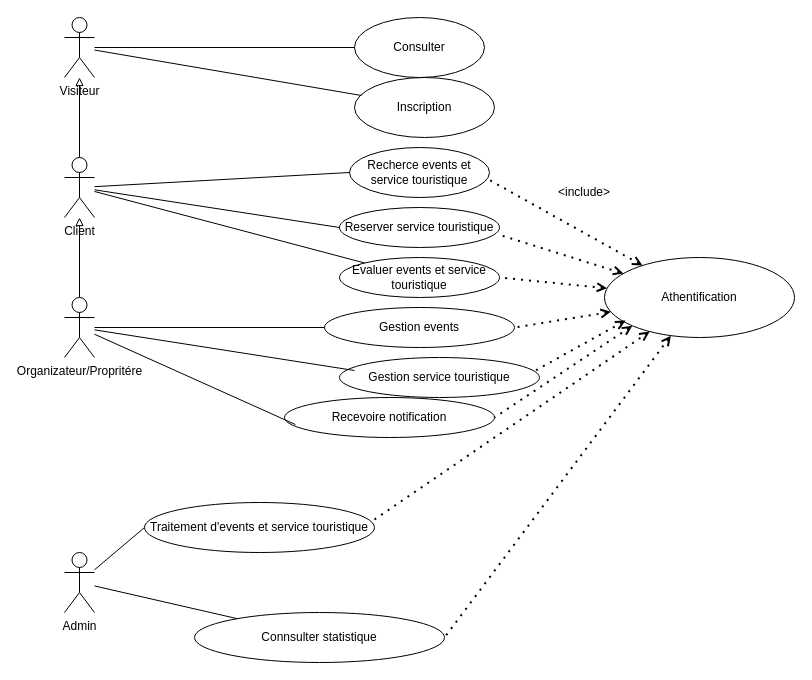
Above: Conception/Diagramme sans nom.drawio in OussemaChercheri/CII2-DMWM-A (draw.io), before the change. Source tidied: cells renumbered, new cells numbered last; positions are measured from the earlier drawing's top-left corner, leaving out a move shared by most shapes. Both pictures are drawn from the tidied source at 100%, with x=0, y=0 at pixel (64, 17).
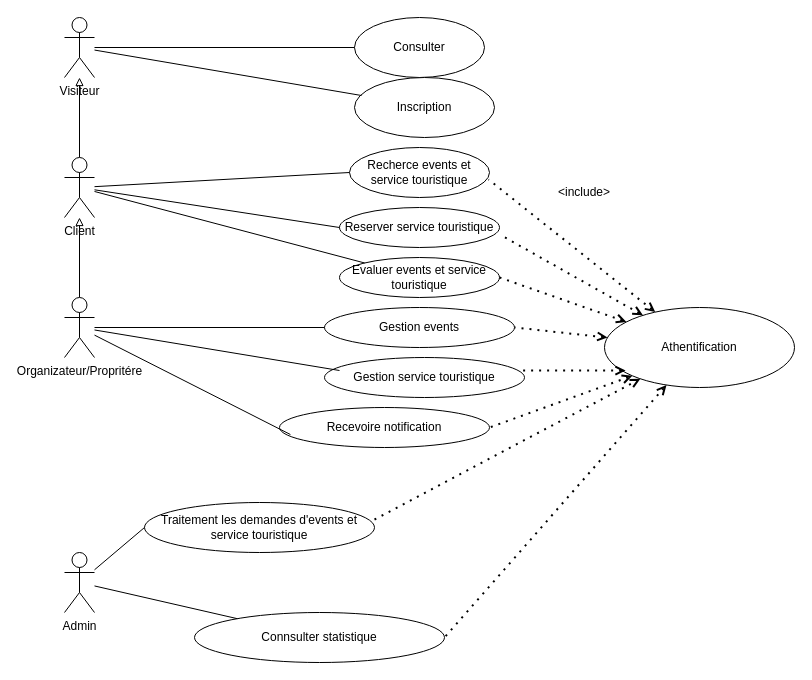
The same page after the edit.

The edit, as a diff of the source:
```diff
@@
     <mxCell id="13" value="Gestion service touristique" style="ellipse;whiteSpace=wrap;html=1;" parent="1" vertex="1">
-      <mxGeometry x="275" y="340" width="200" height="40" as="geometry" />
+      <mxGeometry x="260" y="340" width="200" height="40" as="geometry" />
     </mxCell>
     <mxCell id="14" value="Recevoire notification" style="ellipse;whiteSpace=wrap;html=1;" parent="1" vertex="1">
-      <mxGeometry x="220" y="380" width="210" height="40" as="geometry" />
+      <mxGeometry x="215" y="390" width="210" height="40" as="geometry" />
     </mxCell>
@@
-    <mxCell id="24" value="Traitement d'events et service touristique" style="ellipse;whiteSpace=wrap;html=1;" parent="1" vertex="1">
+    <mxCell id="24" value="Traitement les demandes d'events et service touristique" style="ellipse;whiteSpace=wrap;html=1;" parent="1" vertex="1">
       <mxGeometry x="80" y="485" width="230" height="50" as="geometry" />
     </mxCell>
@@
     <mxCell id="28" value="Athentification" style="ellipse;whiteSpace=wrap;html=1;" parent="1" vertex="1">
-      <mxGeometry x="540" y="240" width="190" height="80" as="geometry" />
+      <mxGeometry x="540" y="290" width="190" height="80" as="geometry" />
     </mxCell>
```
